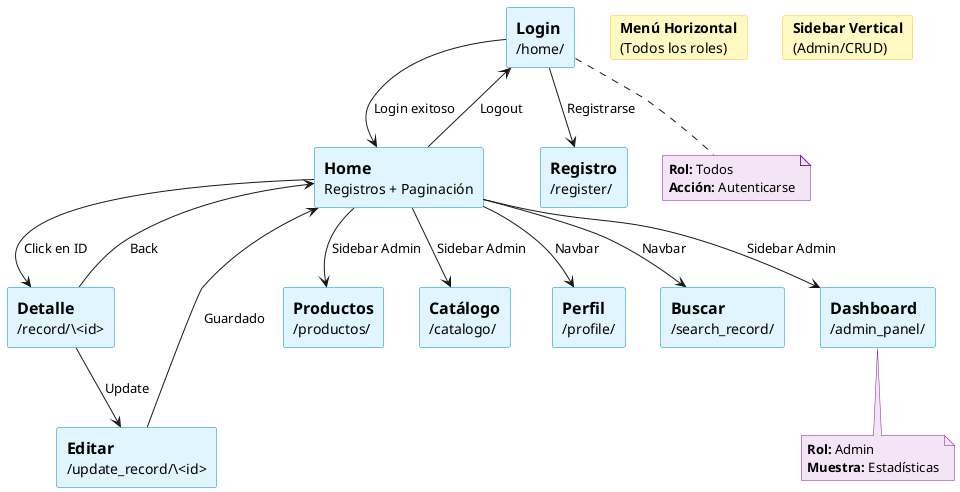
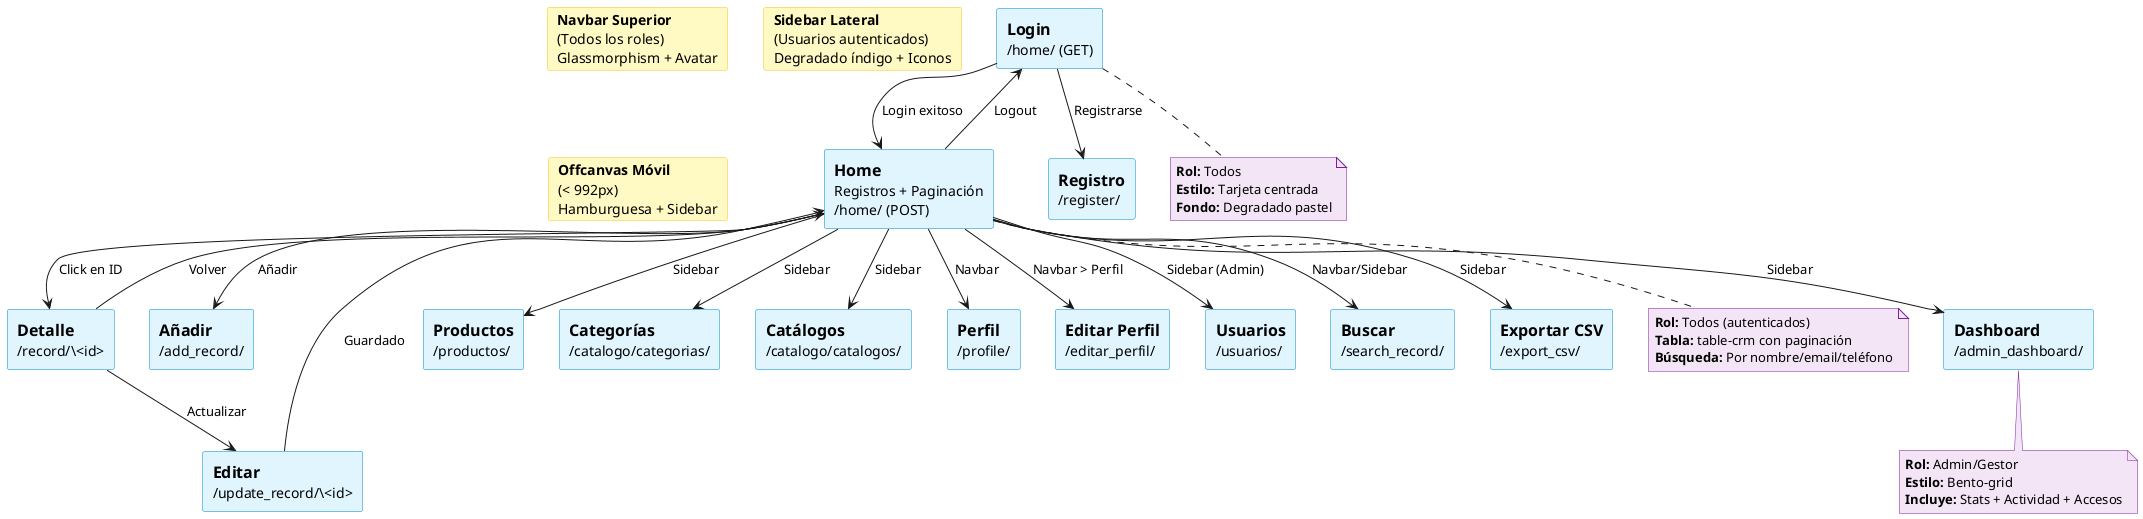
@startuml Mapa de Navegación

skinparam rectangle {
  BackgroundColor #E1F5FE
  BorderColor #0288D1
}

skinparam card {
  BackgroundColor #FFF9C4
  BorderColor #FBC02D
}

skinparam note {
  BackgroundColor #F3E5F5
  BorderColor #7B1FA2
}

- rectangle "<size:16><b>Login</b></size>\n/home/" as login
- rectangle "<size:16><b>Home</b></size>\nRegistros + Paginación" as home
+ rectangle "<size:16><b>Login</b></size>\n/home/ (GET)" as login
+ rectangle "<size:16><b>Home</b></size>\nRegistros + Paginación\n/home/ (POST)" as home
rectangle "<size:16><b>Registro</b></size>\n/register/" as register
rectangle "<size:16><b>Detalle</b></size>\n/record/\\<id>" as detail
rectangle "<size:16><b>Editar</b></size>\n/update_record/\\<id>" as edit
- rectangle "<size:16><b>Dashboard</b></size>\n/admin_panel/" as dashboard
+ rectangle "<size:16><b>Añadir</b></size>\n/add_record/" as add
+ rectangle "<size:16><b>Dashboard</b></size>\n/admin_dashboard/" as dashboard
rectangle "<size:16><b>Productos</b></size>\n/productos/" as productos
- rectangle "<size:16><b>Catálogo</b></size>\n/catalogo/" as catalogo
+ rectangle "<size:16><b>Categorías</b></size>\n/catalogo/categorias/" as categorias
+ rectangle "<size:16><b>Catálogos</b></size>\n/catalogo/catalogos/" as catalogos
rectangle "<size:16><b>Perfil</b></size>\n/profile/" as profile
+ rectangle "<size:16><b>Editar Perfil</b></size>\n/editar_perfil/" as edit_profile
+ rectangle "<size:16><b>Usuarios</b></size>\n/usuarios/" as userlist
rectangle "<size:16><b>Buscar</b></size>\n/search_record/" as search
+ rectangle "<size:16><b>Exportar CSV</b></size>\n/export_csv/" as export

- card "<b>Menú Horizontal</b>\n(Todos los roles)" as menu_h
- card "<b>Sidebar Vertical</b>\n(Admin/CRUD)" as menu_v
+ card "<b>Navbar Superior</b>\n(Todos los roles)\nGlassmorphism + Avatar" as menu_h
+ card "<b>Sidebar Lateral</b>\n(Usuarios autenticados)\nDegradado índigo + Iconos" as menu_v
+ card "<b>Offcanvas Móvil</b>\n(< 992px)\nHamburguesa + Sidebar" as menu_m

note bottom of login
  <b>Rol:</b> Todos
-   <b>Acción:</b> Autenticarse
+   <b>Estilo:</b> Tarjeta centrada
+   <b>Fondo:</b> Degradado pastel
end note

note bottom of dashboard
-   <b>Rol:</b> Admin
-   <b>Muestra:</b> Estadísticas
+   <b>Rol:</b> Admin/Gestor
+   <b>Estilo:</b> Bento-grid
+   <b>Incluye:</b> Stats + Actividad + Accesos
+ end note
+ 
+ note bottom of home
+   <b>Rol:</b> Todos (autenticados)
+   <b>Tabla:</b> table-crm con paginación
+   <b>Búsqueda:</b> Por nombre/email/teléfono
end note

login --> home : Login exitoso
login --> register : "Registrarse"
home --> detail : Click en ID
- detail --> edit : "Update"
- detail --> home : "Back"
+ detail --> edit : "Actualizar"
+ detail --> home : "Volver"
edit --> home : Guardado
- home --> dashboard : Sidebar Admin
- home --> productos : Sidebar Admin
- home --> catalogo : Sidebar Admin
+ home --> add : "Añadir"
+ home --> dashboard : Sidebar
+ home --> productos : Sidebar
+ home --> categorias : Sidebar
+ home --> catalogos : Sidebar
home --> profile : Navbar
- home --> search : Navbar
+ home --> edit_profile : Navbar > Perfil
+ home --> search : Navbar/Sidebar
+ home --> export : Sidebar
+ home --> userlist : Sidebar (Admin)
home --> login : Logout

@enduml
